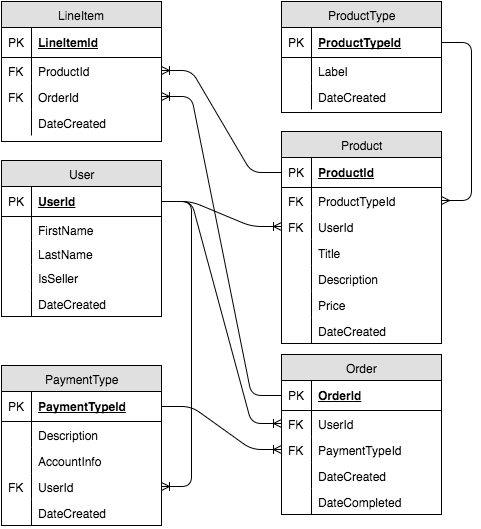
Earlier version of the draw.io export ERD.png (TeamCharles/initial-api). Source tidied: cells renumbered, new cells last; positions are measured from the earlier drawing's top-left corner, leaving out a move shared by most shapes.
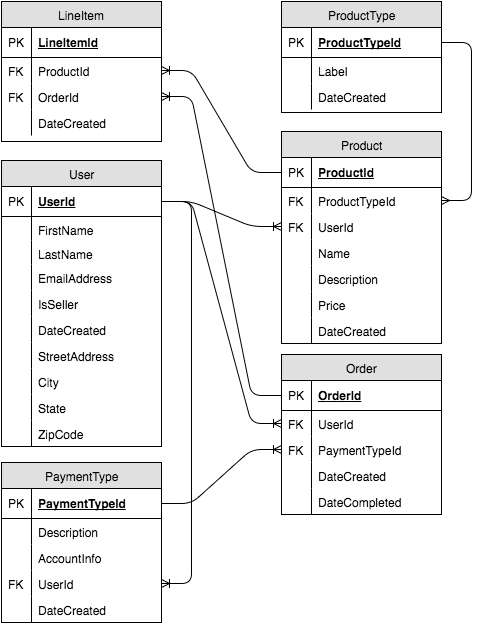
Later version of the same file.

Commit message:
Updated ERD.png based on user story

What changed in the source:
```diff
@@ -23,7 +23,7 @@
     <mxCell id="8" value="FK" style="shape=partialRectangle;top=0;left=0;bottom=0;html=1;fillColor=none;align=left;verticalAlign=top;spacingLeft=4;spacingRight=4;whiteSpace=wrap;overflow=hidden;" parent="7" vertex="1">
       <mxGeometry width="30" height="26" as="geometry" />
     </mxCell>
-    <mxCell id="9" value="Title" style="shape=partialRectangle;top=0;left=0;right=0;bottom=0;html=1;align=left;verticalAlign=top;fillColor=none;spacingLeft=34;spacingRight=4;whiteSpace=wrap;overflow=hidden;" parent="2" vertex="1">
+    <mxCell id="9" value="Name" style="shape=partialRectangle;top=0;left=0;right=0;bottom=0;html=1;align=left;verticalAlign=top;fillColor=none;spacingLeft=34;spacingRight=4;whiteSpace=wrap;overflow=hidden;" parent="2" vertex="1">
       <mxGeometry y="108" width="160" height="26" as="geometry" />
     </mxCell>
     <mxCell id="10" style="shape=partialRectangle;top=0;left=0;bottom=0;html=1;fillColor=none;align=left;verticalAlign=top;spacingLeft=4;spacingRight=4;whiteSpace=wrap;overflow=hidden;" parent="9" vertex="1">
@@ -48,7 +48,7 @@
       <mxGeometry width="30" height="26" as="geometry" />
     </mxCell>
     <mxCell id="17" value="User" style="swimlane;html=1;fontStyle=0;horizontal=1;startSize=26;fillColor=#e0e0e0;swimlaneFillColor=#ffffff;align=center;" parent="1" vertex="1">
-      <mxGeometry y="159" width="160" height="156" as="geometry" />
+      <mxGeometry y="159" width="160" height="286" as="geometry" />
     </mxCell>
     <mxCell id="18" value="UserId" style="shape=partialRectangle;top=0;left=0;right=0;bottom=1;html=1;align=left;verticalAlign=middle;fillColor=none;spacingLeft=34;spacingRight=4;whiteSpace=wrap;overflow=hidden;points=[[0,0.5],[1,0.5]];portConstraint=eastwest;fontStyle=5;" parent="17" vertex="1">
       <mxGeometry y="26" width="160" height="30" as="geometry" />
@@ -68,18 +68,48 @@
     <mxCell id="23" style="shape=partialRectangle;top=0;left=0;bottom=0;html=1;fillColor=none;align=left;verticalAlign=top;spacingLeft=4;spacingRight=4;whiteSpace=wrap;overflow=hidden;" parent="22" vertex="1">
       <mxGeometry width="30" height="24" as="geometry" />
     </mxCell>
+    <mxCell id="73" value="EmailAddress" style="shape=partialRectangle;top=0;left=0;right=0;bottom=0;html=1;align=left;verticalAlign=top;fillColor=none;spacingLeft=34;spacingRight=4;whiteSpace=wrap;overflow=hidden;" parent="17" vertex="1">
+      <mxGeometry y="104" width="160" height="26" as="geometry" />
+    </mxCell>
+    <mxCell id="74" style="shape=partialRectangle;top=0;left=0;bottom=0;html=1;fillColor=none;align=left;verticalAlign=top;spacingLeft=4;spacingRight=4;whiteSpace=wrap;overflow=hidden;" parent="73" vertex="1">
+      <mxGeometry width="30" height="26" as="geometry" />
+    </mxCell>
     <mxCell id="24" value="IsSeller" style="shape=partialRectangle;top=0;left=0;right=0;bottom=0;html=1;align=left;verticalAlign=top;fillColor=none;spacingLeft=34;spacingRight=4;whiteSpace=wrap;overflow=hidden;" parent="17" vertex="1">
-      <mxGeometry y="104" width="160" height="26" as="geometry" />
+      <mxGeometry y="130" width="160" height="26" as="geometry" />
     </mxCell>
     <mxCell id="25" style="shape=partialRectangle;top=0;left=0;bottom=0;html=1;fillColor=none;align=left;verticalAlign=top;spacingLeft=4;spacingRight=4;whiteSpace=wrap;overflow=hidden;" parent="24" vertex="1">
       <mxGeometry width="30" height="26" as="geometry" />
     </mxCell>
     <mxCell id="26" value="DateCreated" style="shape=partialRectangle;top=0;left=0;right=0;bottom=0;html=1;align=left;verticalAlign=top;fillColor=none;spacingLeft=34;spacingRight=4;whiteSpace=wrap;overflow=hidden;" parent="17" vertex="1">
-      <mxGeometry y="130" width="160" height="26" as="geometry" />
+      <mxGeometry y="156" width="160" height="26" as="geometry" />
     </mxCell>
     <mxCell id="27" style="shape=partialRectangle;top=0;left=0;bottom=0;html=1;fillColor=none;align=left;verticalAlign=top;spacingLeft=4;spacingRight=4;whiteSpace=wrap;overflow=hidden;" parent="26" vertex="1">
       <mxGeometry width="30" height="26" as="geometry" />
     </mxCell>
+    <mxCell id="75" value="StreetAddress" style="shape=partialRectangle;top=0;left=0;right=0;bottom=0;html=1;align=left;verticalAlign=top;fillColor=none;spacingLeft=34;spacingRight=4;whiteSpace=wrap;overflow=hidden;" parent="17" vertex="1">
+      <mxGeometry y="182" width="160" height="26" as="geometry" />
+    </mxCell>
+    <mxCell id="76" style="shape=partialRectangle;top=0;left=0;bottom=0;html=1;fillColor=none;align=left;verticalAlign=top;spacingLeft=4;spacingRight=4;whiteSpace=wrap;overflow=hidden;" parent="75" vertex="1">
+      <mxGeometry width="30" height="26" as="geometry" />
+    </mxCell>
+    <mxCell id="77" value="City" style="shape=partialRectangle;top=0;left=0;right=0;bottom=0;html=1;align=left;verticalAlign=top;fillColor=none;spacingLeft=34;spacingRight=4;whiteSpace=wrap;overflow=hidden;" parent="17" vertex="1">
+      <mxGeometry y="208" width="160" height="26" as="geometry" />
+    </mxCell>
+    <mxCell id="78" style="shape=partialRectangle;top=0;left=0;bottom=0;html=1;fillColor=none;align=left;verticalAlign=top;spacingLeft=4;spacingRight=4;whiteSpace=wrap;overflow=hidden;" parent="77" vertex="1">
+      <mxGeometry width="30" height="26" as="geometry" />
+    </mxCell>
+    <mxCell id="79" value="State" style="shape=partialRectangle;top=0;left=0;right=0;bottom=0;html=1;align=left;verticalAlign=top;fillColor=none;spacingLeft=34;spacingRight=4;whiteSpace=wrap;overflow=hidden;" parent="17" vertex="1">
+      <mxGeometry y="234" width="160" height="26" as="geometry" />
+    </mxCell>
+    <mxCell id="80" style="shape=partialRectangle;top=0;left=0;bottom=0;html=1;fillColor=none;align=left;verticalAlign=top;spacingLeft=4;spacingRight=4;whiteSpace=wrap;overflow=hidden;" parent="79" vertex="1">
+      <mxGeometry width="30" height="26" as="geometry" />
+    </mxCell>
+    <mxCell id="81" value="ZipCode" style="shape=partialRectangle;top=0;left=0;right=0;bottom=0;html=1;align=left;verticalAlign=top;fillColor=none;spacingLeft=34;spacingRight=4;whiteSpace=wrap;overflow=hidden;" parent="17" vertex="1">
+      <mxGeometry y="260" width="160" height="26" as="geometry" />
+    </mxCell>
+    <mxCell id="82" style="shape=partialRectangle;top=0;left=0;bottom=0;html=1;fillColor=none;align=left;verticalAlign=top;spacingLeft=4;spacingRight=4;whiteSpace=wrap;overflow=hidden;" parent="81" vertex="1">
+      <mxGeometry width="30" height="26" as="geometry" />
+    </mxCell>
     <mxCell id="28" value="Order" style="swimlane;html=1;fontStyle=0;horizontal=1;startSize=26;fillColor=#e0e0e0;swimlaneFillColor=#ffffff;align=center;" parent="1" vertex="1">
       <mxGeometry x="280" y="353" width="160" height="160" as="geometry" />
     </mxCell>
@@ -150,7 +180,7 @@
       <mxGeometry relative="1" as="geometry" />
     </mxCell>
     <mxCell id="51" value="PaymentType" style="swimlane;html=1;fontStyle=0;horizontal=1;startSize=26;fillColor=#e0e0e0;swimlaneFillColor=#ffffff;align=center;" parent="1" vertex="1">
-      <mxGeometry y="364" width="160" height="160" as="geometry" />
+      <mxGeometry y="461" width="160" height="160" as="geometry" />
     </mxCell>
     <mxCell id="52" value="PaymentTypeId" style="shape=partialRectangle;top=0;left=0;right=0;bottom=1;html=1;align=left;verticalAlign=middle;fillColor=none;spacingLeft=34;spacingRight=4;whiteSpace=wrap;overflow=hidden;points=[[0,0.5],[1,0.5]];portConstraint=eastwest;fontStyle=5;" parent="51" vertex="1">
       <mxGeometry y="26" width="160" height="30" as="geometry" />
```
